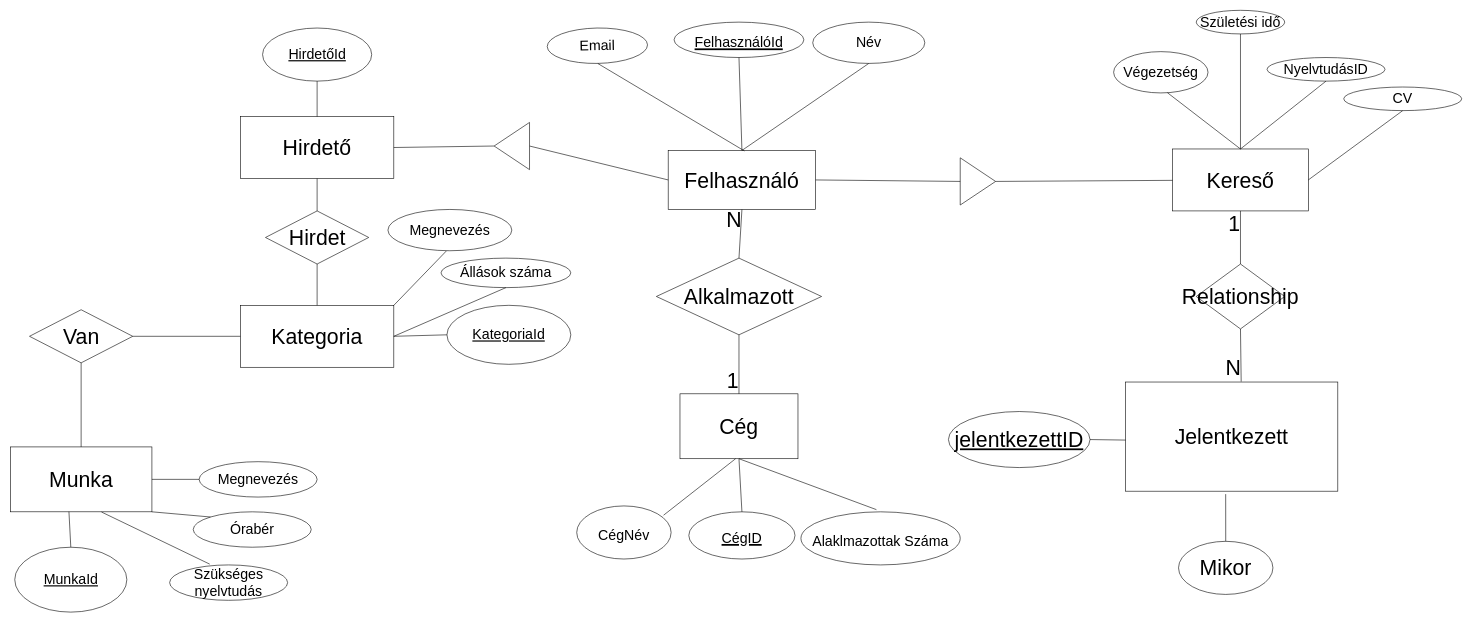
Earlier version of the draw.io diagram Dokumentéció/EgyedKapcsolat.drawio (Rudnay07/AdatBazisAlpuRendszerek). Source tidied: cells renumbered, new cells numbered last; positions are measured from the earlier drawing's top-left corner, leaving out a move shared by most shapes. Both pictures are drawn from the tidied source at 59%, with x=0, y=0 at pixel (10, 10).
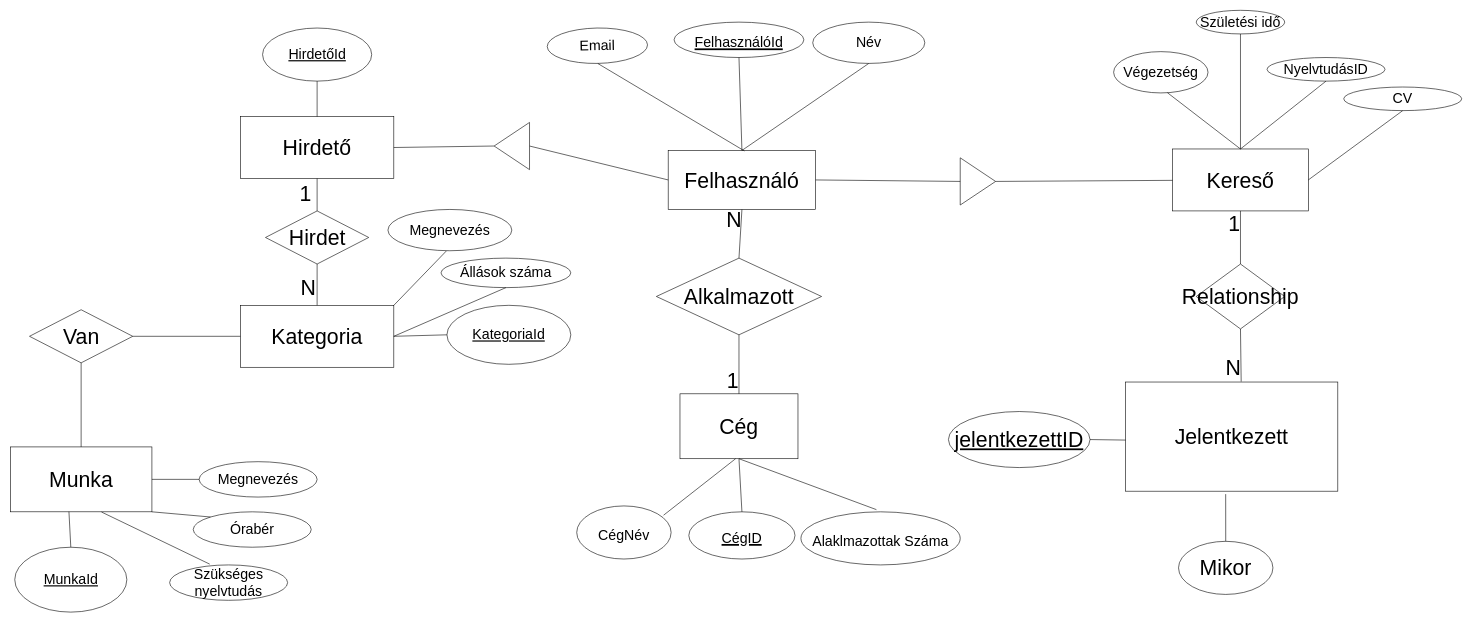
After the change.

The edit, as a diff of the source:
```diff
@@
+    <mxCell id="72" value="1" style="text;html=1;align=center;verticalAlign=middle;strokeColor=none;fillColor=none;fontSize=36;" parent="1" vertex="1">
+      <mxGeometry x="480" y="280" width="40" height="60" as="geometry" />
+    </mxCell>
+    <mxCell id="73" value="N" style="text;html=1;align=center;verticalAlign=middle;strokeColor=none;fillColor=none;fontSize=36;" parent="1" vertex="1">
+      <mxGeometry x="480" y="440" width="50" height="60" as="geometry" />
+    </mxCell>
```
